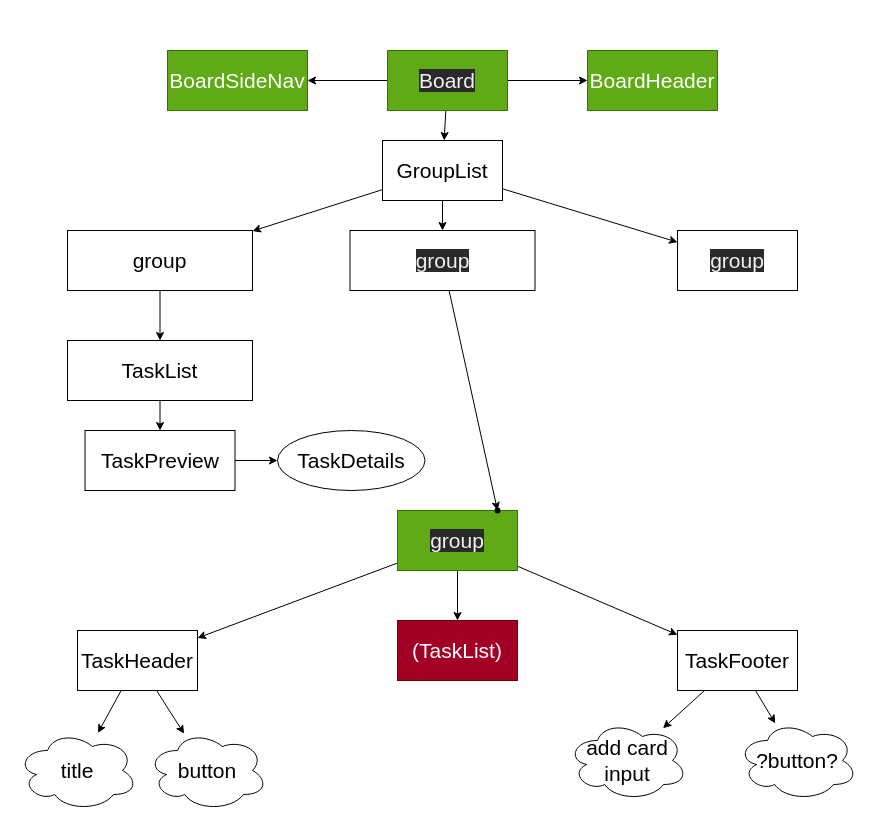
Above: app-tree.drawio in YorkLidor/Trello (draw.io), before the change. Source tidied: cells renumbered, new cells numbered last; positions are measured from the earlier drawing's top-left corner, leaving out a move shared by most shapes. Both pictures are drawn from the tidied source at 100%, with x=0, y=0 at pixel (17, 50).
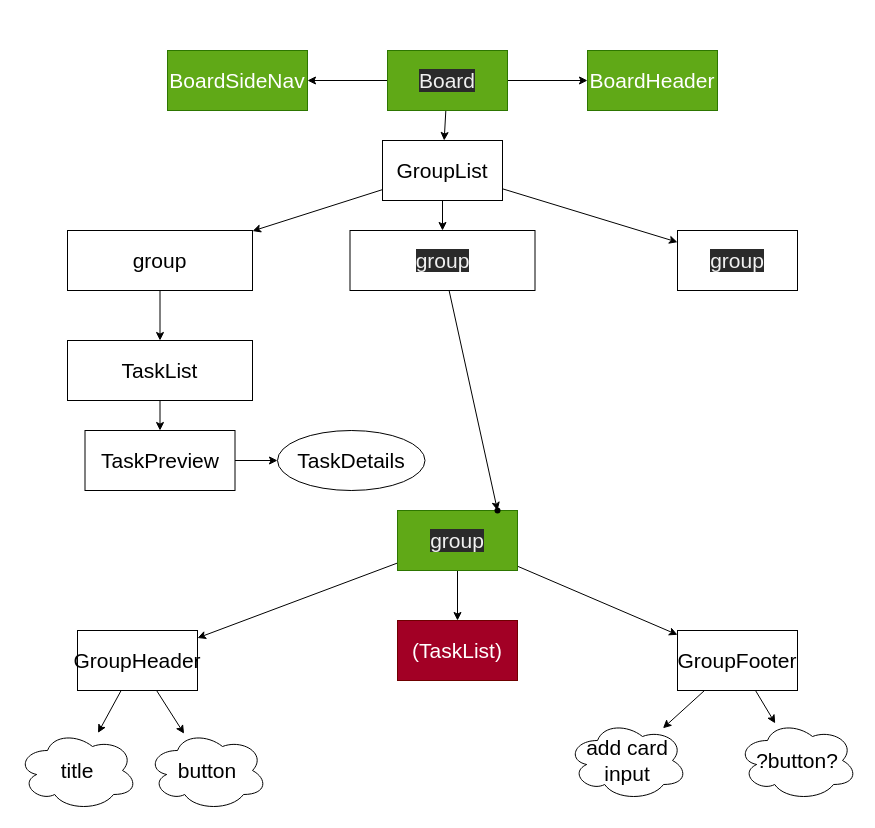
After the change.

What changed in the source:
```diff
@@
-    <mxCell id="28" value="TaskHeader" style="whiteSpace=wrap;html=1;fontSize=21;" parent="1" vertex="1">
+    <mxCell id="28" value="GroupHeader" style="whiteSpace=wrap;html=1;fontSize=21;" parent="1" vertex="1">
       <mxGeometry x="60" y="580" width="120" height="60" as="geometry" />
     </mxCell>
@@
-    <mxCell id="31" value="TaskFooter" style="whiteSpace=wrap;html=1;fontSize=21;" parent="1" vertex="1">
+    <mxCell id="31" value="GroupFooter" style="whiteSpace=wrap;html=1;fontSize=21;" parent="1" vertex="1">
       <mxGeometry x="660" y="580" width="120" height="60" as="geometry" />
     </mxCell>
```
